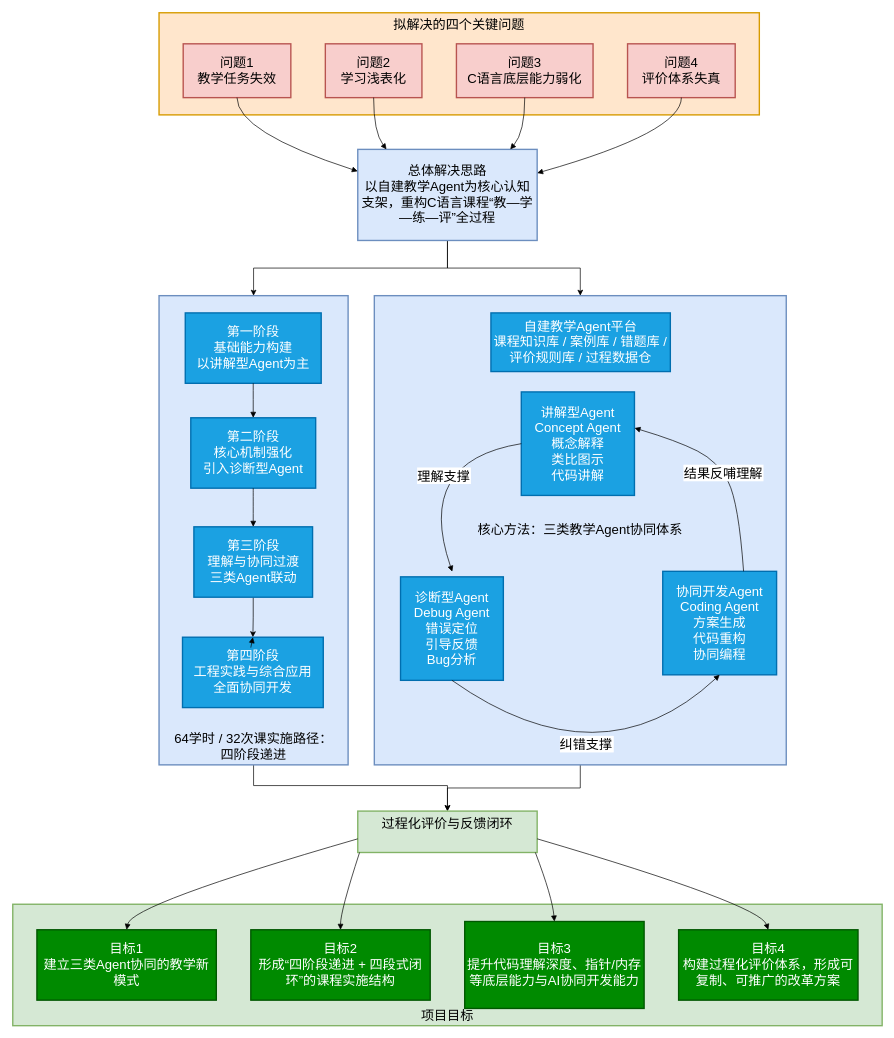
Above: 你解决问题总体框图.drawio in MeeElves/LLM101n (draw.io), before the change. Source tidied: cells renumbered, new cells numbered last; positions are measured from the earlier drawing's top-left corner, leaving out a move shared by most shapes. Both pictures are drawn from the tidied source at 69%, with x=0, y=0 at pixel (12, 12).
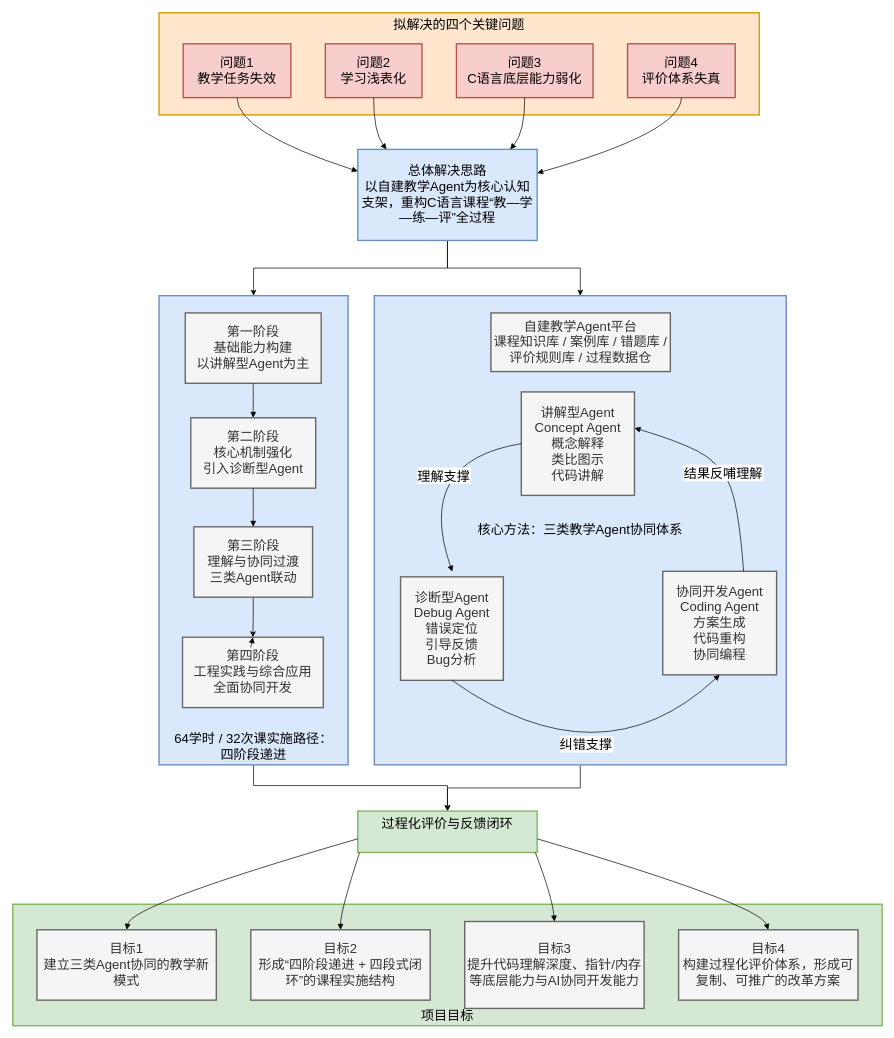
Above is the later version.

Commit message (it also covers changes not shown here):
更新你解决问题总体框图.drawio

Change to the diagram source:
```diff
@@
-    <mxCell id="15" value="自建教学Agent平台&#10;课程知识库 / 案例库 / 错题库 / 评价规则库 / 过程数据仓" style="whiteSpace=wrap;strokeWidth=2;fillColor=#1ba1e2;strokeColor=#006EAF;fontColor=#ffffff;fontSize=19;" parent="1" vertex="1">
+    <mxCell id="15" value="自建教学Agent平台&#10;课程知识库 / 案例库 / 错题库 / 评价规则库 / 过程数据仓" style="whiteSpace=wrap;strokeWidth=2;fillColor=#f5f5f5;strokeColor=#666666;fontColor=#333333;fontSize=19;" parent="1" vertex="1">
       <mxGeometry x="693" y="435" width="260" height="85" as="geometry" />
     </mxCell>
-    <mxCell id="16" value="讲解型Agent&#10;Concept Agent&#10;概念解释&#10;类比图示&#10;代码讲解" style="whiteSpace=wrap;strokeWidth=2;fillColor=#1ba1e2;strokeColor=#006EAF;fontColor=#ffffff;fontSize=19;" parent="1" vertex="1">
+    <mxCell id="16" value="讲解型Agent&#10;Concept Agent&#10;概念解释&#10;类比图示&#10;代码讲解" style="whiteSpace=wrap;strokeWidth=2;fillColor=#f5f5f5;strokeColor=#666666;fontColor=#333333;fontSize=19;" parent="1" vertex="1">
       <mxGeometry x="737" y="549.5" width="164" height="150" as="geometry" />
     </mxCell>
-    <mxCell id="17" value="诊断型Agent&#10;Debug Agent&#10;错误定位&#10;引导反馈&#10;Bug分析" style="whiteSpace=wrap;strokeWidth=2;fillColor=#1ba1e2;strokeColor=#006EAF;fontColor=#ffffff;fontSize=19;" parent="1" vertex="1">
+    <mxCell id="17" value="诊断型Agent&#10;Debug Agent&#10;错误定位&#10;引导反馈&#10;Bug分析" style="whiteSpace=wrap;strokeWidth=2;fillColor=#f5f5f5;strokeColor=#666666;fontColor=#333333;fontSize=19;" parent="1" vertex="1">
       <mxGeometry x="562" y="817.5" width="149" height="150" as="geometry" />
     </mxCell>
-    <mxCell id="18" value="协同开发Agent&#10;Coding Agent&#10;方案生成&#10;代码重构&#10;协同编程" style="whiteSpace=wrap;strokeWidth=2;fillColor=#1ba1e2;strokeColor=#006EAF;fontColor=#ffffff;fontSize=19;" parent="1" vertex="1">
+    <mxCell id="18" value="协同开发Agent&#10;Coding Agent&#10;方案生成&#10;代码重构&#10;协同编程" style="whiteSpace=wrap;strokeWidth=2;fillColor=#f5f5f5;strokeColor=#666666;fontColor=#333333;fontSize=19;" parent="1" vertex="1">
       <mxGeometry x="942" y="809.5" width="165" height="150" as="geometry" />
     </mxCell>
-    <mxCell id="19" value="第一阶段&#10;基础能力构建&#10;以讲解型Agent为主" style="whiteSpace=wrap;strokeWidth=2;fillColor=#1ba1e2;strokeColor=#006EAF;fontColor=#ffffff;fontSize=19;" parent="1" vertex="1">
+    <mxCell id="19" value="第一阶段&#10;基础能力构建&#10;以讲解型Agent为主" style="whiteSpace=wrap;strokeWidth=2;fillColor=#f5f5f5;strokeColor=#666666;fontSize=19;fontColor=#333333;" parent="1" vertex="1">
       <mxGeometry x="250" y="435" width="197" height="102" as="geometry" />
     </mxCell>
-    <mxCell id="20" value="第二阶段&#10;核心机制强化&#10;引入诊断型Agent" style="whiteSpace=wrap;strokeWidth=2;fillColor=#1ba1e2;strokeColor=#006EAF;fontColor=#ffffff;fontSize=19;" parent="1" vertex="1">
+    <mxCell id="20" value="第二阶段&#10;核心机制强化&#10;引入诊断型Agent" style="whiteSpace=wrap;strokeWidth=2;fillColor=#f5f5f5;strokeColor=#666666;fontColor=#333333;fontSize=19;" parent="1" vertex="1">
       <mxGeometry x="258" y="587" width="181" height="102" as="geometry" />
     </mxCell>
@@
-    <mxCell id="22" value="第三阶段&#10;理解与协同过渡&#10;三类Agent联动" style="whiteSpace=wrap;strokeWidth=2;fillColor=#1ba1e2;strokeColor=#006EAF;fontColor=#ffffff;fontSize=19;" parent="1" vertex="1">
+    <mxCell id="22" value="第三阶段&#10;理解与协同过渡&#10;三类Agent联动" style="whiteSpace=wrap;strokeWidth=2;fillColor=#f5f5f5;strokeColor=#666666;fontColor=#333333;fontSize=19;" parent="1" vertex="1">
       <mxGeometry x="262.5" y="745" width="172" height="102" as="geometry" />
     </mxCell>
-    <mxCell id="23" value="第四阶段&#10;工程实践与综合应用&#10;全面协同开发" style="whiteSpace=wrap;strokeWidth=2;fillColor=#1ba1e2;strokeColor=#006EAF;fontColor=#ffffff;fontSize=19;" parent="1" vertex="1">
+    <mxCell id="23" value="第四阶段&#10;工程实践与综合应用&#10;全面协同开发" style="whiteSpace=wrap;strokeWidth=2;fillColor=#f5f5f5;strokeColor=#666666;fontColor=#333333;fontSize=19;" parent="1" vertex="1">
       <mxGeometry x="246" y="905" width="204" height="102" as="geometry" />
     </mxCell>
@@
-    <mxCell id="25" value="目标1&#10;建立三类Agent协同的教学新模式" style="whiteSpace=wrap;strokeWidth=2;fillColor=#008a00;strokeColor=#005700;fontColor=#ffffff;fontSize=19;" parent="1" vertex="1">
+    <mxCell id="25" value="目标1&#10;建立三类Agent协同的教学新模式" style="whiteSpace=wrap;strokeWidth=2;fillColor=#f5f5f5;strokeColor=#666666;fontSize=19;fontColor=#333333;" parent="1" vertex="1">
       <mxGeometry x="35" y="1329" width="260" height="102" as="geometry" />
     </mxCell>
-    <mxCell id="26" value="目标2&#10;形成“四阶段递进 + 四段式闭环”的课程实施结构" style="whiteSpace=wrap;strokeWidth=2;fillColor=#008a00;strokeColor=#005700;fontColor=#ffffff;fontSize=19;" parent="1" vertex="1">
+    <mxCell id="26" value="目标2&#10;形成“四阶段递进 + 四段式闭环”的课程实施结构" style="whiteSpace=wrap;strokeWidth=2;fillColor=#f5f5f5;strokeColor=#666666;fontColor=#333333;fontSize=19;" parent="1" vertex="1">
       <mxGeometry x="345" y="1329" width="260" height="102" as="geometry" />
     </mxCell>
-    <mxCell id="27" value="目标3&#10;提升代码理解深度、指针/内存等底层能力与AI协同开发能力" style="whiteSpace=wrap;strokeWidth=2;fillColor=#008a00;strokeColor=#005700;fontColor=#ffffff;fontSize=19;" parent="1" vertex="1">
+    <mxCell id="27" value="目标3&#10;提升代码理解深度、指针/内存等底层能力与AI协同开发能力" style="whiteSpace=wrap;strokeWidth=2;fillColor=#f5f5f5;strokeColor=#666666;fontColor=#333333;fontSize=19;" parent="1" vertex="1">
       <mxGeometry x="655" y="1317" width="260" height="126" as="geometry" />
     </mxCell>
-    <mxCell id="28" value="目标4&#10;构建过程化评价体系，形成可复制、可推广的改革方案" style="whiteSpace=wrap;strokeWidth=2;fillColor=#008a00;strokeColor=#005700;fontColor=#ffffff;fontSize=19;" parent="1" vertex="1">
+    <mxCell id="28" value="目标4&#10;构建过程化评价体系，形成可复制、可推广的改革方案" style="whiteSpace=wrap;strokeWidth=2;fillColor=#f5f5f5;strokeColor=#666666;fontColor=#333333;fontSize=19;" parent="1" vertex="1">
       <mxGeometry x="965" y="1329" width="260" height="102" as="geometry" />
     </mxCell>
```
